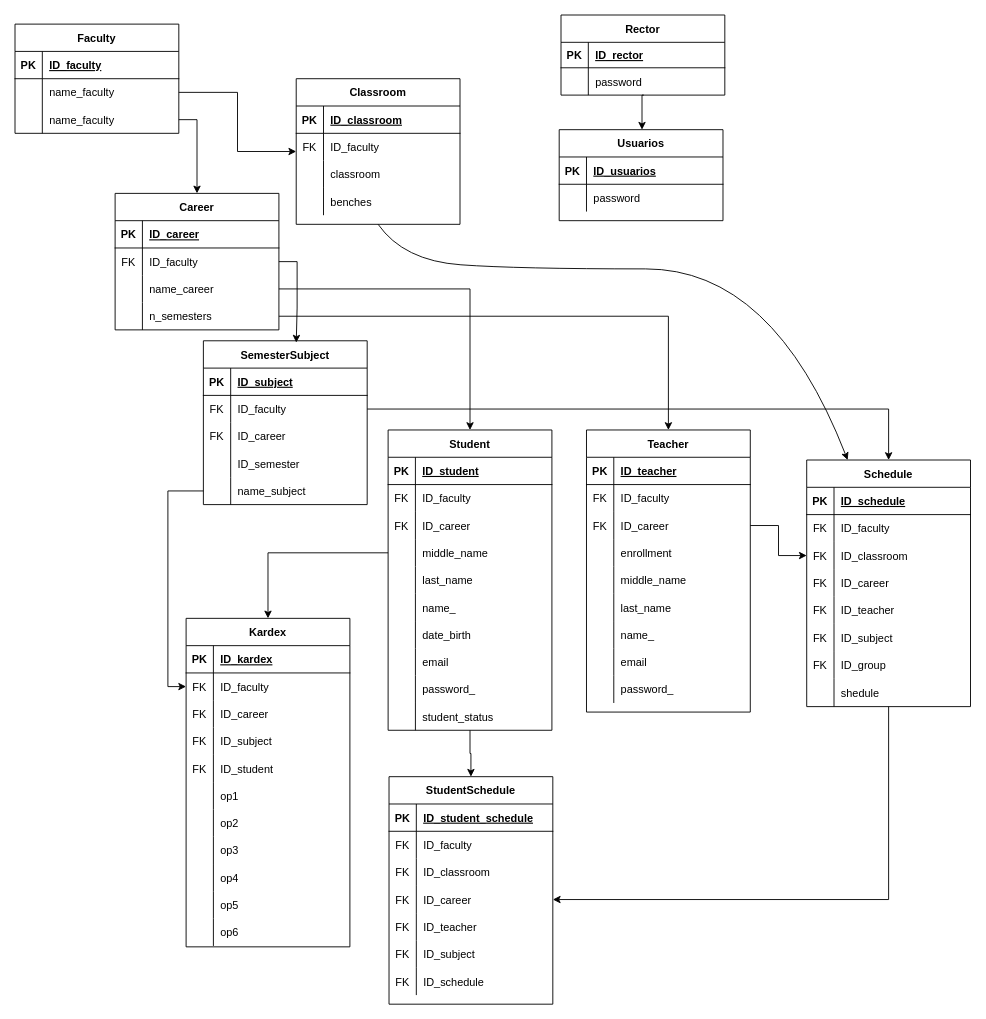
The draw.io diagram UANL.drawio in miguelrang/InscripcionHorarioSIASE-UANL-SIMULACION-1.0, before the edit. Source tidied: cells renumbered, new cells numbered last; positions are measured from the earlier drawing's top-left corner, leaving out a move shared by most shapes. Both pictures are drawn from the tidied source at 91%, with x=0, y=0 at pixel (15, 15).
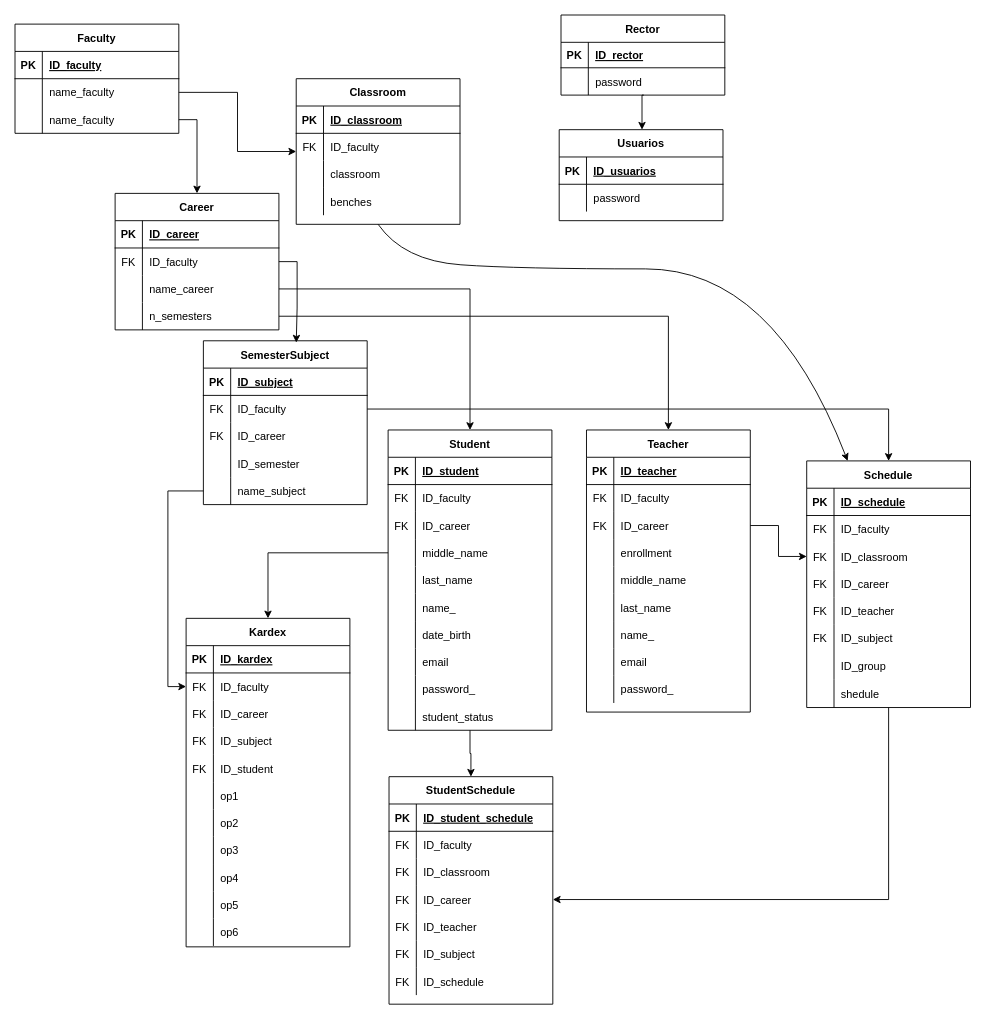
The same page after the edit.

The change refers to these unchanged cells:
```xml
<mxCell id="108" style="shape=tableRow;horizontal=0;startSize=0;swimlaneHead=0;swimlaneBody=0;fillColor=none;top=0;left=0;right=0;bottom=0;" parent="89" vertex="1">
  <mxGeometry y="210" width="180" height="30" as="geometry" />
</mxCell>
```

What changed in the source:
```diff
@@
     <mxCell id="89" value="Schedule" style="shape=table;startSize=30;childLayout=tableLayout;rowLines=0;fontStyle=1;align=center;" parent="1" vertex="1">
-      <mxGeometry x="870" y="489" width="180" height="271" as="geometry" />
+      <mxGeometry x="870" y="490" width="180" height="271" as="geometry" />
     </mxCell>
@@
-    <mxCell id="109" value="FK" style="shape=partialRectangle;fillColor=none;top=0;left=0;bottom=0;right=0;overflow=hidden;" parent="108" vertex="1">
+    <mxCell id="109" style="shape=partialRectangle;fillColor=none;top=0;left=0;bottom=0;right=0;overflow=hidden;" parent="108" vertex="1">
       <mxGeometry width="30" height="30" as="geometry" />
     </mxCell>
```
